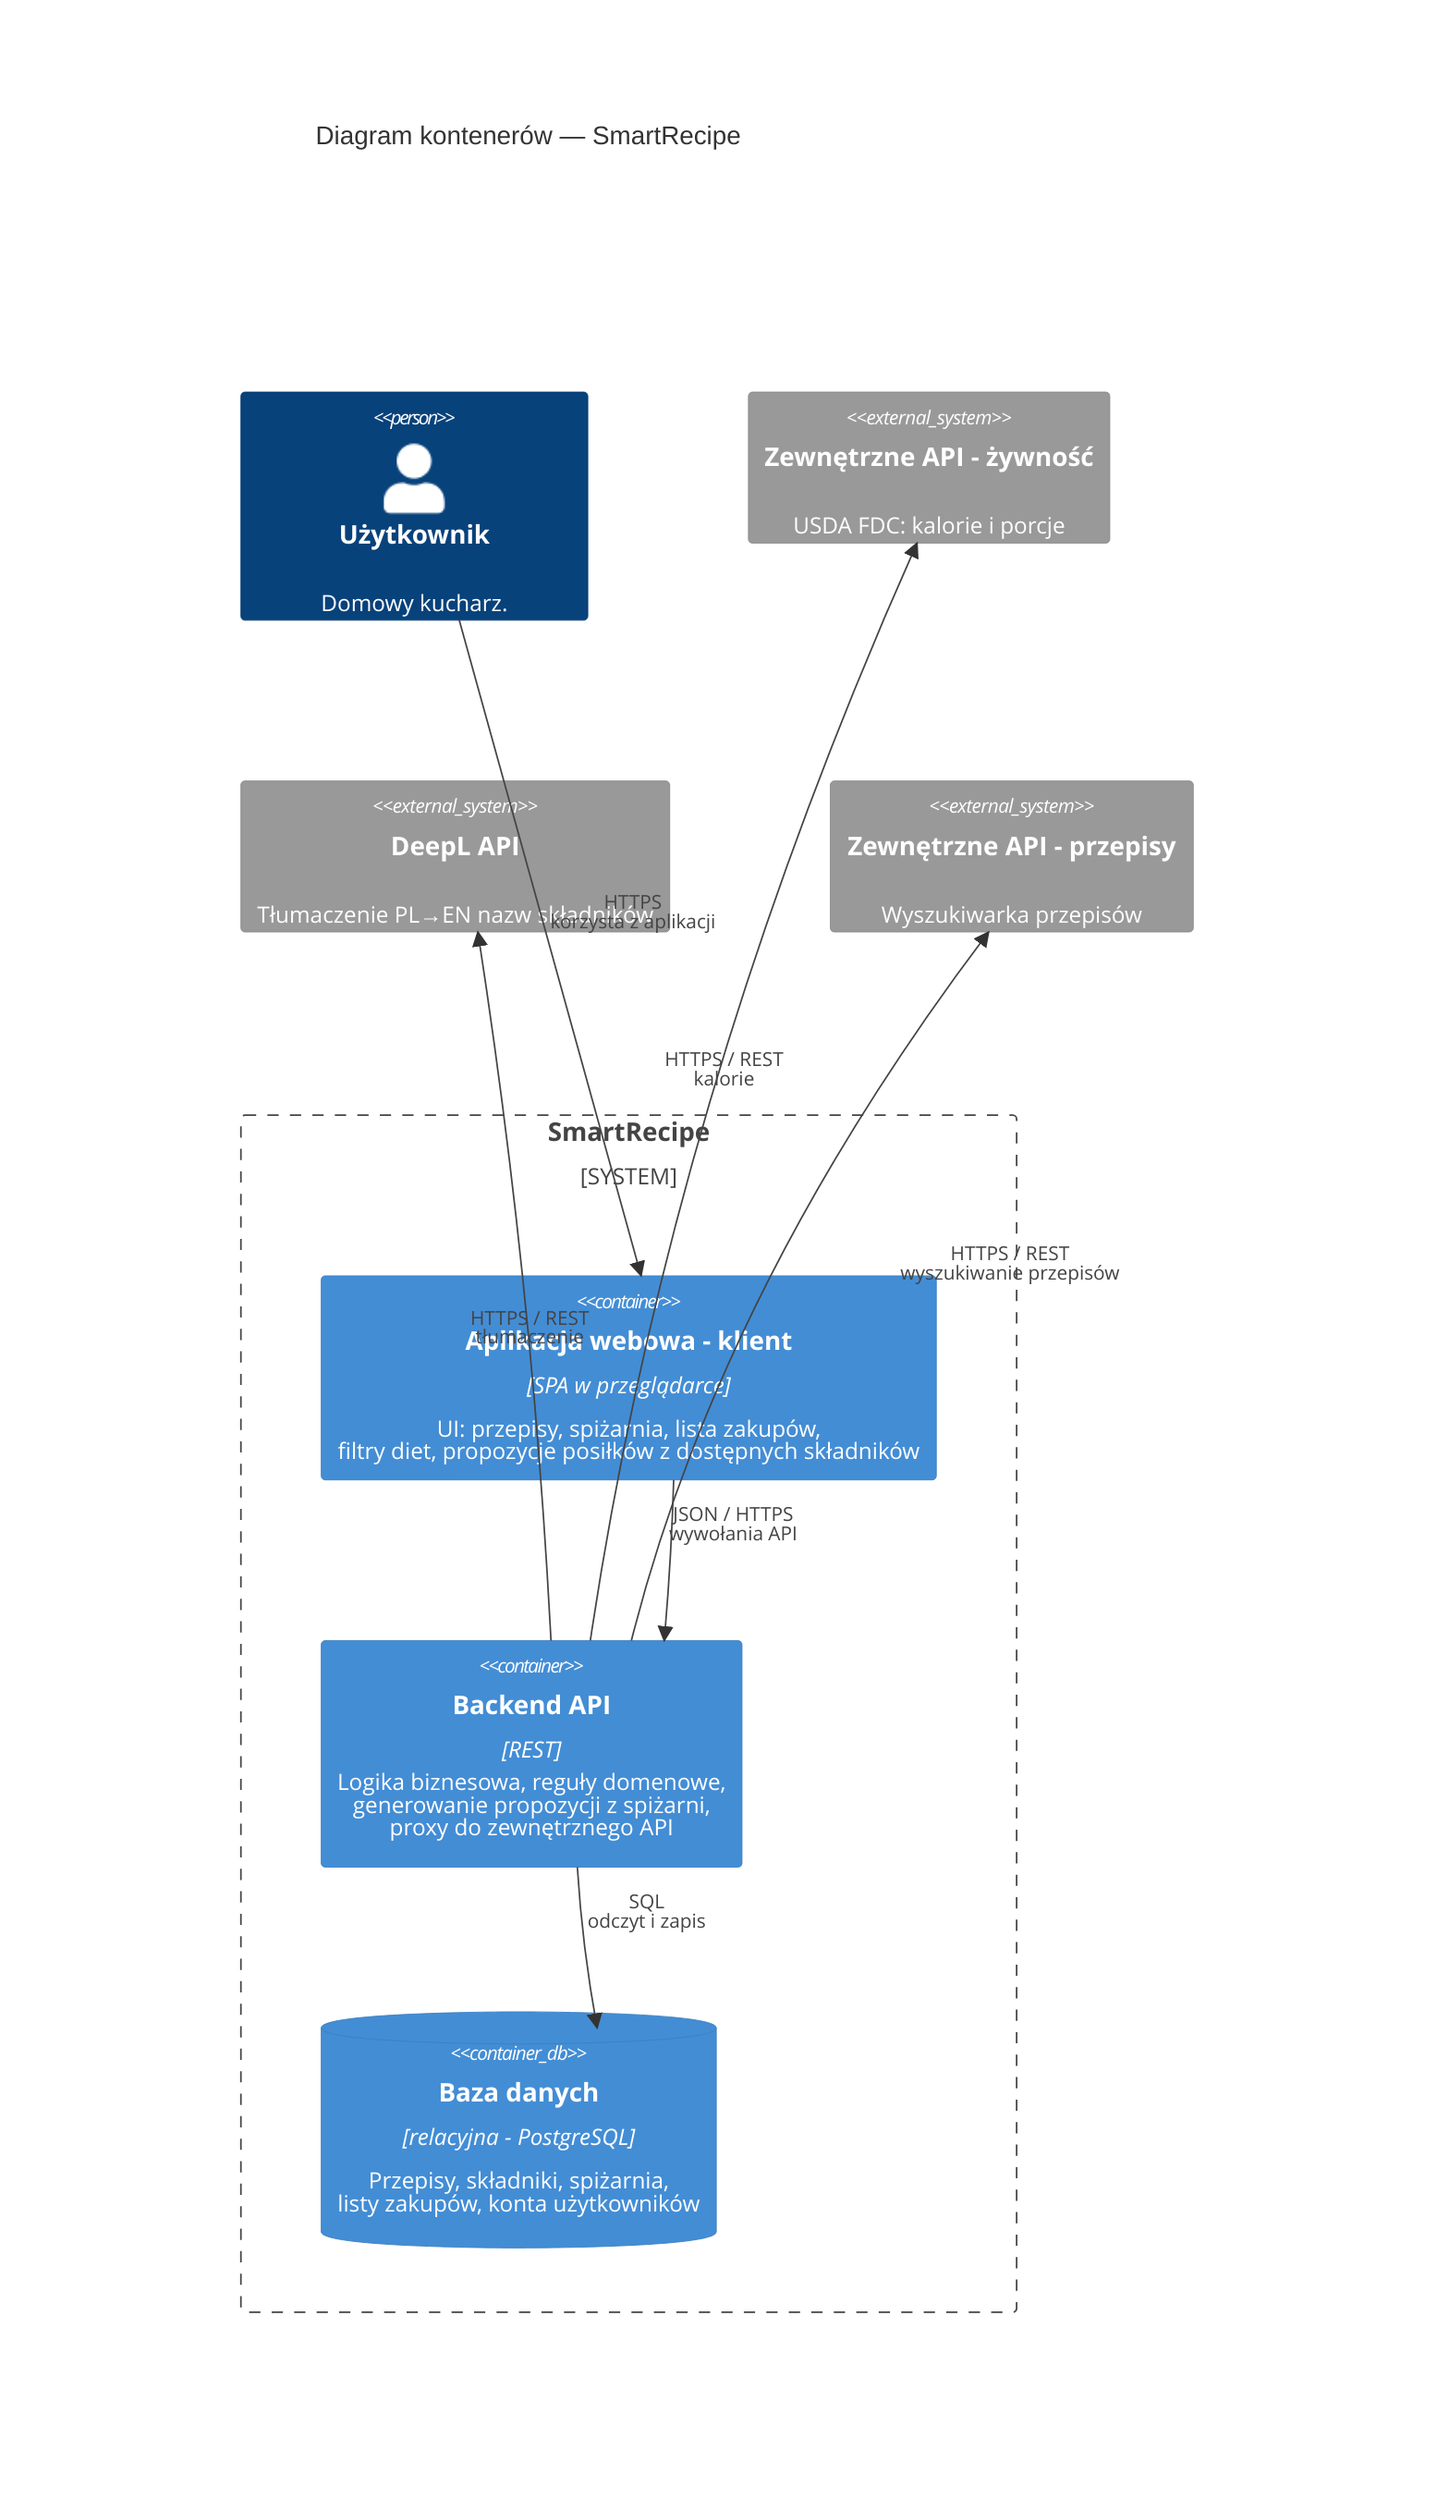
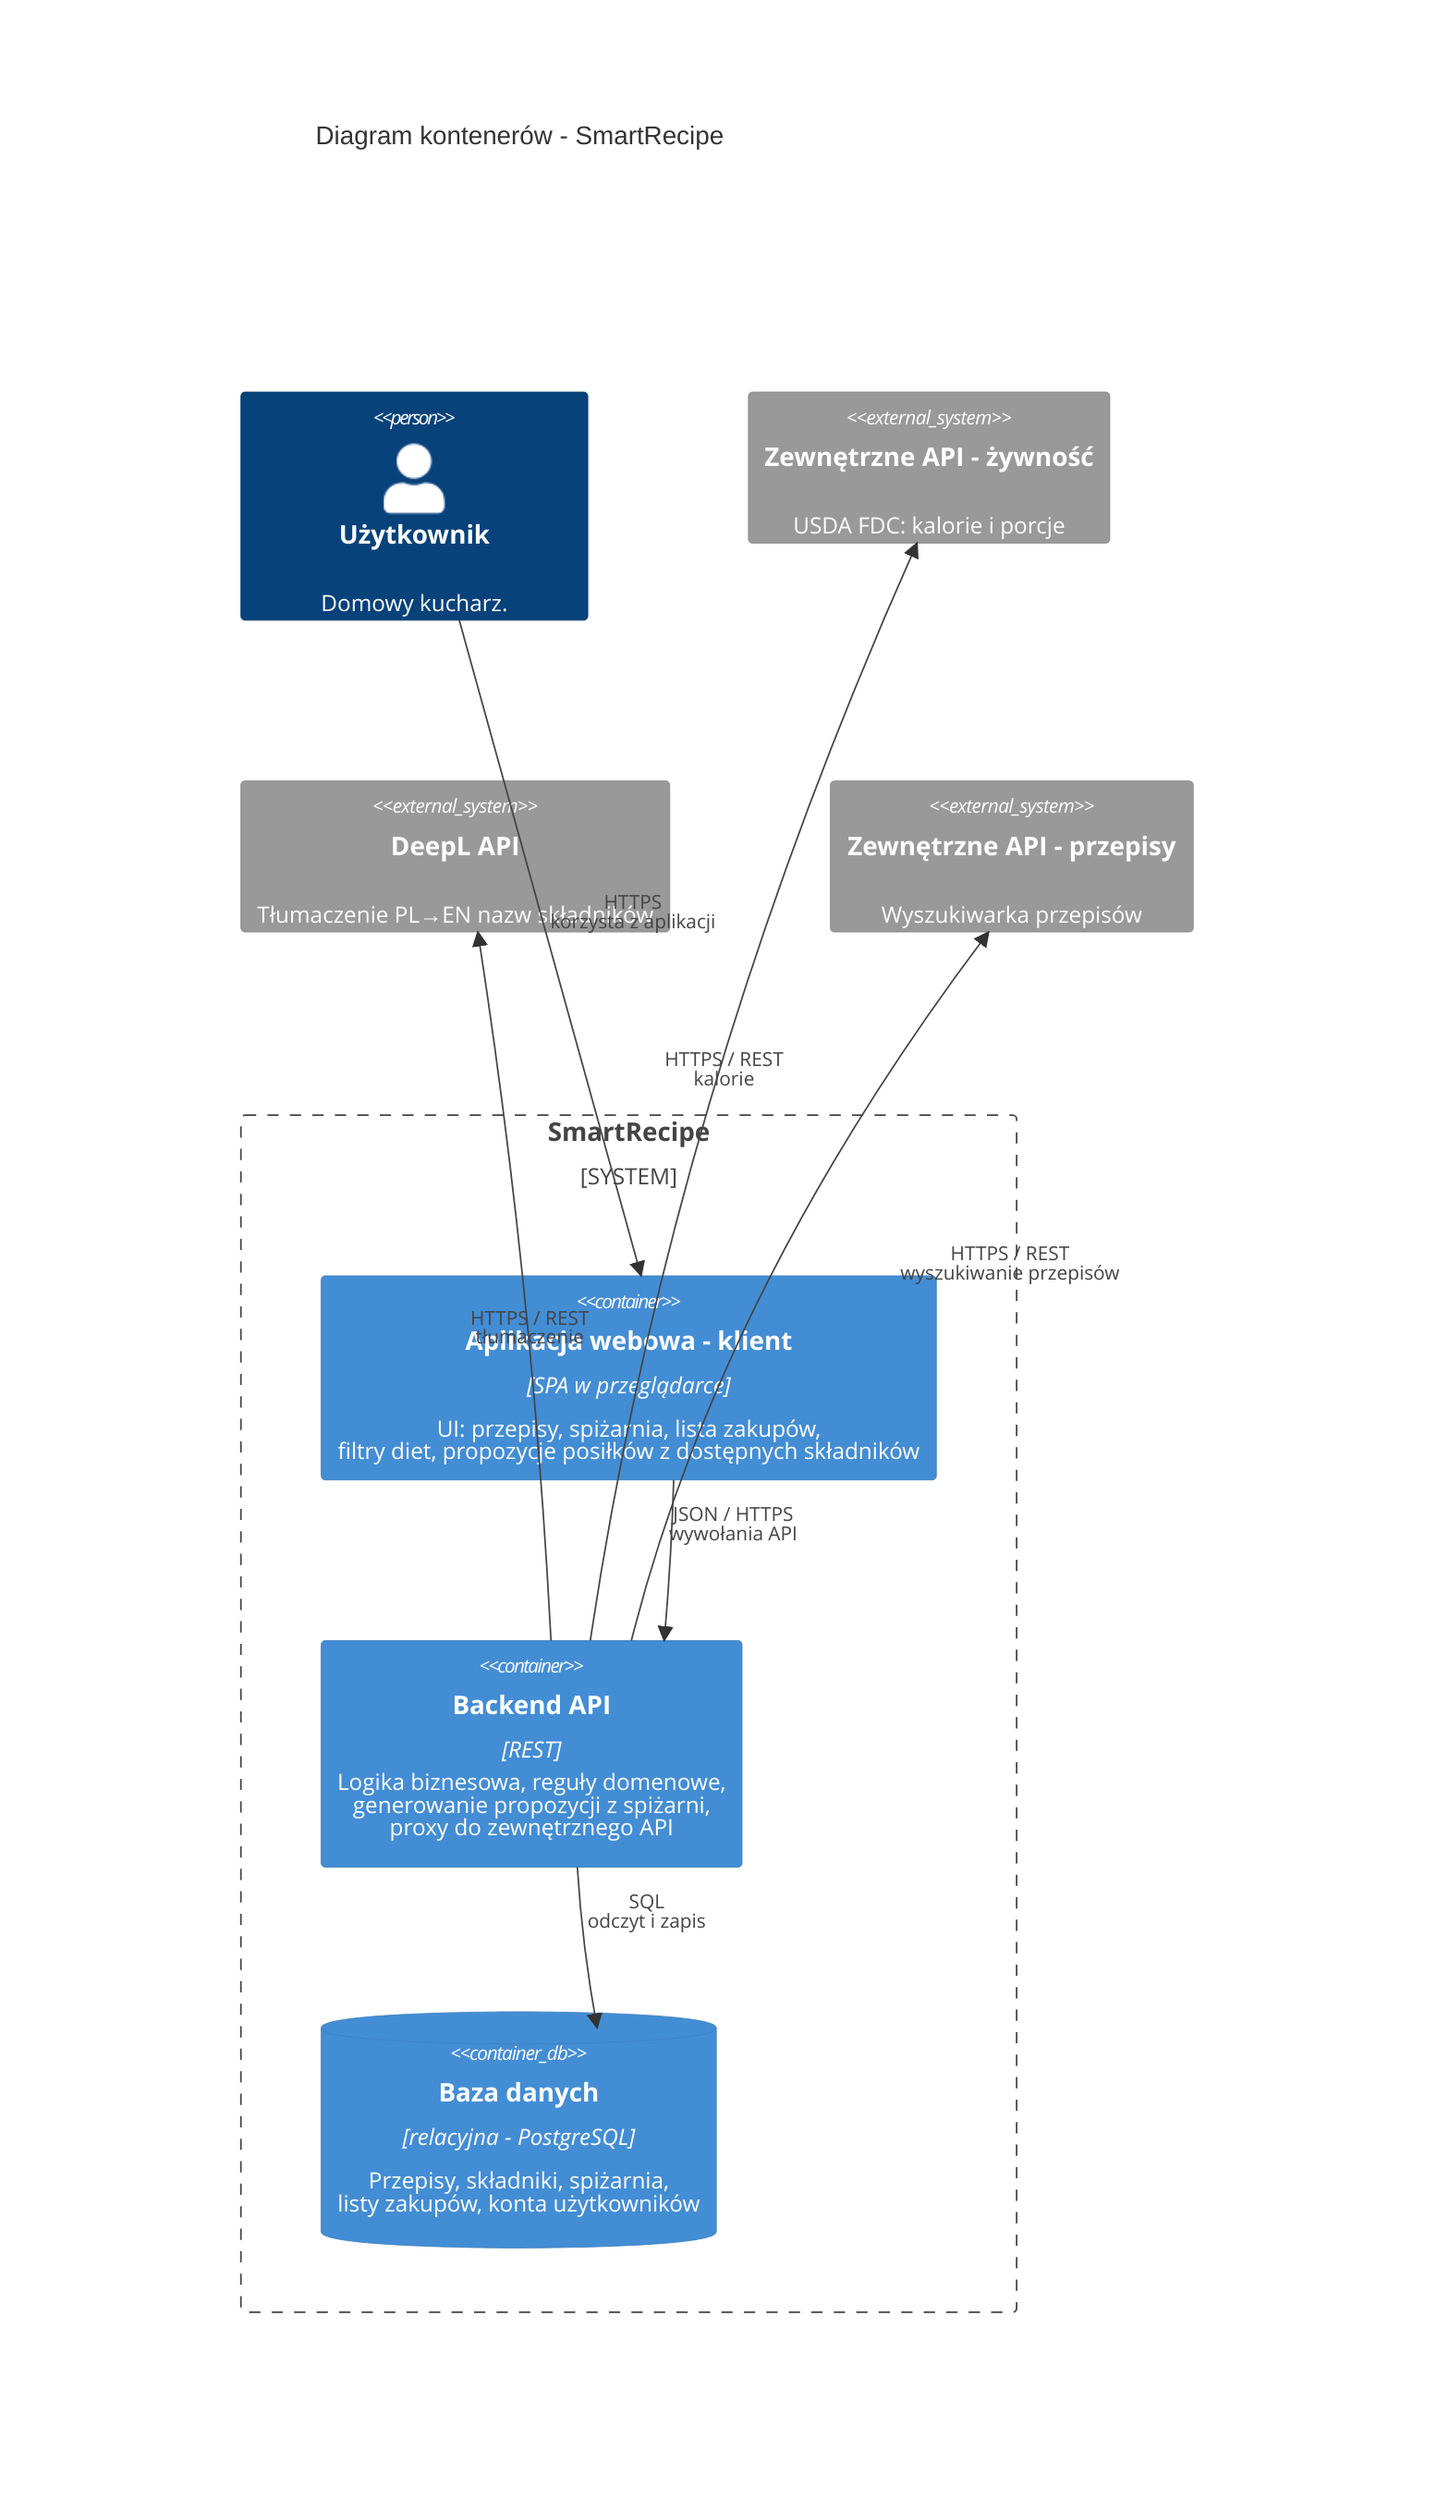
C4Container
-     title Diagram kontenerów — SmartRecipe
+     title Diagram kontenerów - SmartRecipe

    Person(homecook, "Użytkownik", "Domowy kucharz.")

    System_Boundary(sr, "SmartRecipe") {
        Container(web, "Aplikacja webowa - klient", "SPA w przeglądarce", "UI: przepisy, spiżarnia, lista zakupów,<br/>filtry diet, propozycje posiłków z dostępnych składników")
        Container(api, "Backend API", "REST", "Logika biznesowa, reguły domenowe,<br/>generowanie propozycji z spiżarni,<br/>proxy do zewnętrznego API")
        ContainerDb(db, "Baza danych", "relacyjna - PostgreSQL", "Przepisy, składniki, spiżarnia,<br/>listy zakupów, konta użytkowników")
    }

    System_Ext(nutrition_api, "Zewnętrzne API - żywność", "USDA FDC: kalorie i porcje")
    System_Ext(deepl_api, "DeepL API", "Tłumaczenie PL→EN nazw składników")
    System_Ext(recipe_api, "Zewnętrzne API - przepisy", "Wyszukiwarka przepisów")


    Rel(homecook, web, "HTTPS<br/>korzysta z aplikacji")
    Rel(web, api, "JSON / HTTPS<br/>wywołania API")
    Rel(api, db, "SQL<br/>odczyt i zapis")
    Rel(api, deepl_api, "HTTPS / REST<br/>tłumaczenie")
    Rel(api, nutrition_api, "HTTPS / REST<br/>kalorie")
    Rel(api, recipe_api, "HTTPS / REST<br/>wyszukiwanie przepisów")


    UpdateRelStyle(homecook, web, $offsetY="-24")
    UpdateRelStyle(web, api, $offsetY="-24")
    UpdateRelStyle(api, db, $offsetY="-24")
    UpdateRelStyle(api, deepl_api, $offsetX="-28", $offsetY="24")
    UpdateRelStyle(api, nutrition_api, $offsetX="-56", $offsetY="-16")
    UpdateRelStyle(api, recipe_api, $offsetX="56", $offsetY="-16")